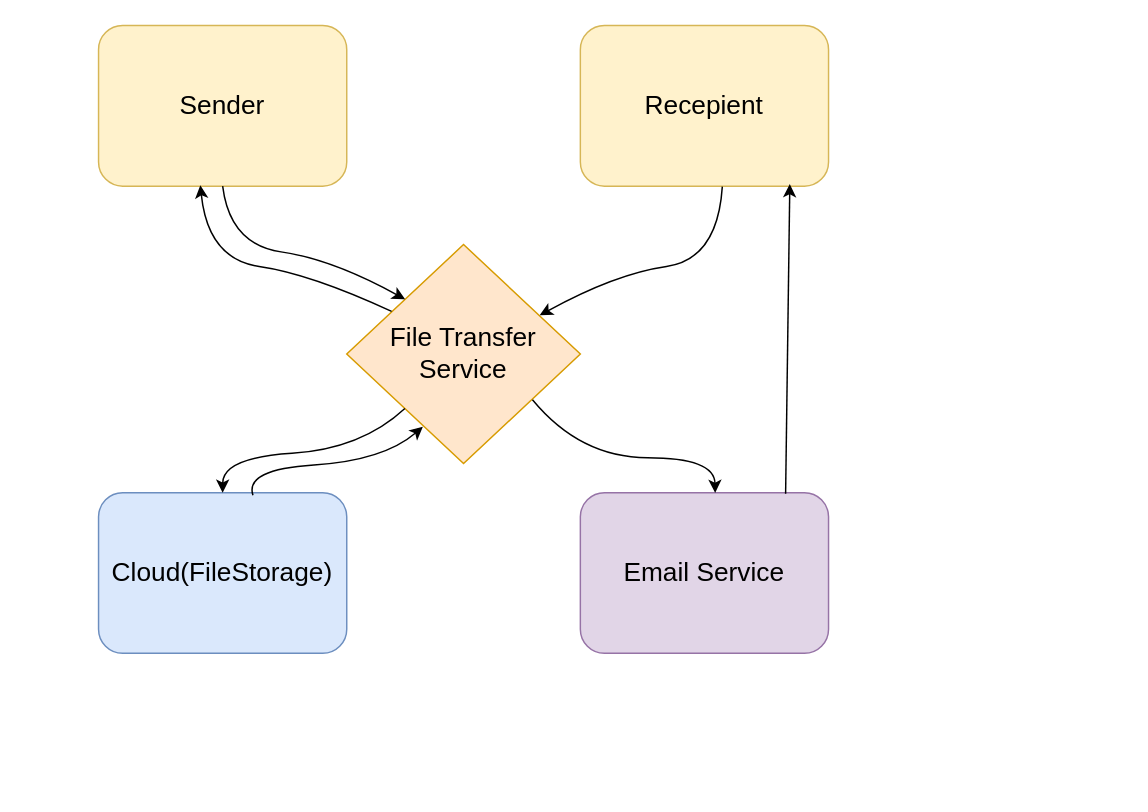
vesninam/git-fossdev-test keeps this draw.io diagram as file_exchanger/docs/ContextDiagram.drawio. Above is the earlier version. Source tidied: cells renumbered, new cells numbered last; positions are measured from the earlier drawing's top-left corner, leaving out a move shared by most shapes. Both pictures are drawn from the tidied source at 146%, with x=0, y=0 at pixel (98, 25).
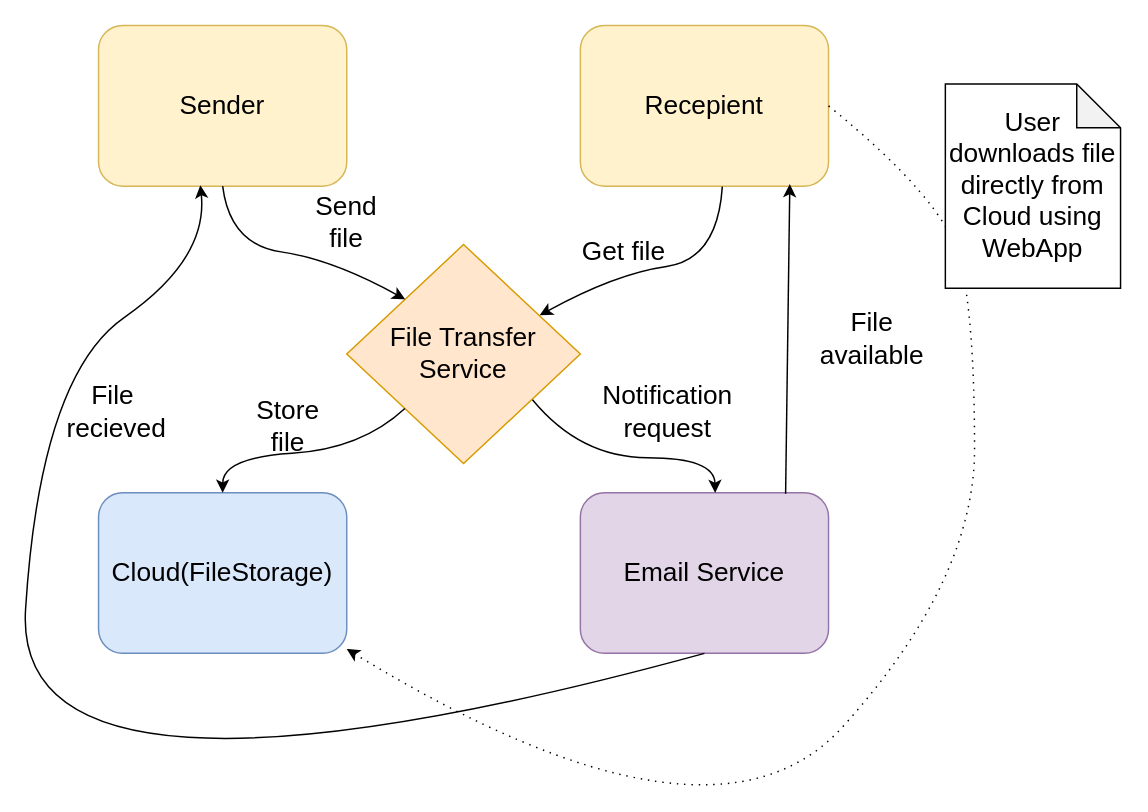
The same diagram, later.

Commit message:
Added actions to context diagram

Unchanged cells that the change refers to:
```xml
<mxCell id="2" value="File Transfer Service" style="rhombus;whiteSpace=wrap;html=1;fontSize=18;fillColor=#ffe6cc;strokeColor=#d79b00;" parent="1" vertex="1">
  <mxGeometry x="170" y="150" width="160" height="150" as="geometry" />
</mxCell>
<mxCell id="3" value="Sender" style="rounded=1;whiteSpace=wrap;html=1;fontSize=18;fillColor=#fff2cc;strokeColor=#d6b656;" parent="1" vertex="1">
  <mxGeometry width="170" height="110" as="geometry" />
</mxCell>
<mxCell id="4" value="Recepient" style="rounded=1;whiteSpace=wrap;html=1;fontSize=18;fillColor=#fff2cc;strokeColor=#d6b656;" parent="1" vertex="1">
  <mxGeometry x="330" width="170" height="110" as="geometry" />
</mxCell>
<mxCell id="5" value="Cloud(FileStorage)" style="rounded=1;whiteSpace=wrap;html=1;fontSize=18;fillColor=#dae8fc;strokeColor=#6c8ebf;" parent="1" vertex="1">
  <mxGeometry y="320" width="170" height="110" as="geometry" />
</mxCell>
<mxCell id="6" value="Email Service" style="rounded=1;whiteSpace=wrap;html=1;fontSize=18;fillColor=#e1d5e7;strokeColor=#9673a6;" parent="1" vertex="1">
  <mxGeometry x="330" y="320" width="170" height="110" as="geometry" />
</mxCell>
```

The edit, as a diff of the source:
```diff
@@
-    <mxCell id="8" style="curved=1;endArrow=none;html=1;rounded=0;entryX=0.192;entryY=0.305;entryDx=0;entryDy=0;exitX=0.41;exitY=0.994;exitDx=0;exitDy=0;exitPerimeter=0;endFill=0;startArrow=classic;startFill=1;entryPerimeter=0;fontSize=18;" parent="1" edge="1" source="3" target="2">
+    <mxCell id="8" style="curved=1;endArrow=none;html=1;rounded=0;entryX=0.5;entryY=1;entryDx=0;entryDy=0;exitX=0.41;exitY=0.994;exitDx=0;exitDy=0;exitPerimeter=0;endFill=0;startArrow=classic;startFill=1;fontSize=18;" parent="1" edge="1" source="3" target="6">
       <mxGeometry relative="1" as="geometry">
         <Array as="points">
           <mxPoint x="75" y="160" />
-          <mxPoint x="145" y="170" />
+          <mxPoint x="-40" y="240" />
+          <mxPoint x="-60" y="560" />
         </Array>
       </mxGeometry>
     </mxCell>
@@
-    <mxCell id="13" style="curved=1;endArrow=none;html=1;rounded=0;exitX=0.326;exitY=0.832;exitDx=0;exitDy=0;endFill=0;startArrow=classic;startFill=1;fontSize=18;entryX=0.622;entryY=0.016;entryDx=0;entryDy=0;entryPerimeter=0;exitPerimeter=0;" parent="1" edge="1" source="2" target="5">
-      <mxGeometry relative="1" as="geometry">
-        <Array as="points">
-          <mxPoint x="195" y="298" />
-          <mxPoint x="100" y="304" />
-        </Array>
-      </mxGeometry>
-    </mxCell>
+    <mxCell id="14" value="Send file" style="text;html=1;whiteSpace=wrap;strokeColor=none;fillColor=none;align=center;verticalAlign=middle;rounded=0;fontSize=18;" parent="1" vertex="1">
+      <mxGeometry x="140" y="120" width="60" height="30" as="geometry" />
+    </mxCell>
+    <mxCell id="15" value="Get file" style="text;html=1;whiteSpace=wrap;strokeColor=none;fillColor=none;align=center;verticalAlign=middle;rounded=0;fontSize=18;" parent="1" vertex="1">
+      <mxGeometry x="330" y="140" width="60" height="30" as="geometry" />
+    </mxCell>
+    <mxCell id="16" value="Store file" style="text;html=1;whiteSpace=wrap;strokeColor=none;fillColor=none;align=center;verticalAlign=middle;rounded=0;fontSize=18;" parent="1" vertex="1">
+      <mxGeometry x="100" y="260" width="60" height="30" as="geometry" />
+    </mxCell>
+    <mxCell id="17" value="&lt;div&gt;Notification request&lt;/div&gt;" style="text;html=1;whiteSpace=wrap;strokeColor=none;fillColor=none;align=center;verticalAlign=middle;rounded=0;fontSize=18;" parent="1" vertex="1">
+      <mxGeometry x="360" y="240" width="60" height="50" as="geometry" />
+    </mxCell>
+    <mxCell id="18" value="File available" style="text;html=1;whiteSpace=wrap;strokeColor=none;fillColor=none;align=center;verticalAlign=middle;rounded=0;fontSize=18;" parent="1" vertex="1">
+      <mxGeometry x="500" y="190" width="60" height="50" as="geometry" />
+    </mxCell>
+    <mxCell id="19" value="&lt;div&gt;File&lt;/div&gt;&amp;nbsp;recieved" style="text;html=1;whiteSpace=wrap;strokeColor=none;fillColor=none;align=center;verticalAlign=middle;rounded=0;fontSize=18;" parent="1" vertex="1">
+      <mxGeometry x="-20" y="240" width="60" height="50" as="geometry" />
+    </mxCell>
+    <mxCell id="20" style="curved=1;endArrow=classic;html=1;rounded=0;exitX=1;exitY=0.5;exitDx=0;exitDy=0;fontSize=18;dashed=1;dashPattern=1 4;" parent="1" edge="1" source="4" target="5">
+      <mxGeometry relative="1" as="geometry">
+        <Array as="points">
+          <mxPoint x="580" y="120" />
+          <mxPoint x="600" y="200" />
+          <mxPoint x="600" y="380" />
+          <mxPoint x="420" y="580" />
+        </Array>
+      </mxGeometry>
+    </mxCell>
+    <mxCell id="21" value="&lt;font style=&quot;font-size: 18px;&quot;&gt;User downloads file directly from Cloud using WebApp&lt;/font&gt;" style="shape=note;whiteSpace=wrap;html=1;backgroundOutline=1;darkOpacity=0.05;" parent="1" vertex="1">
+      <mxGeometry x="580" y="40" width="120" height="140" as="geometry" />
+    </mxCell>
```
